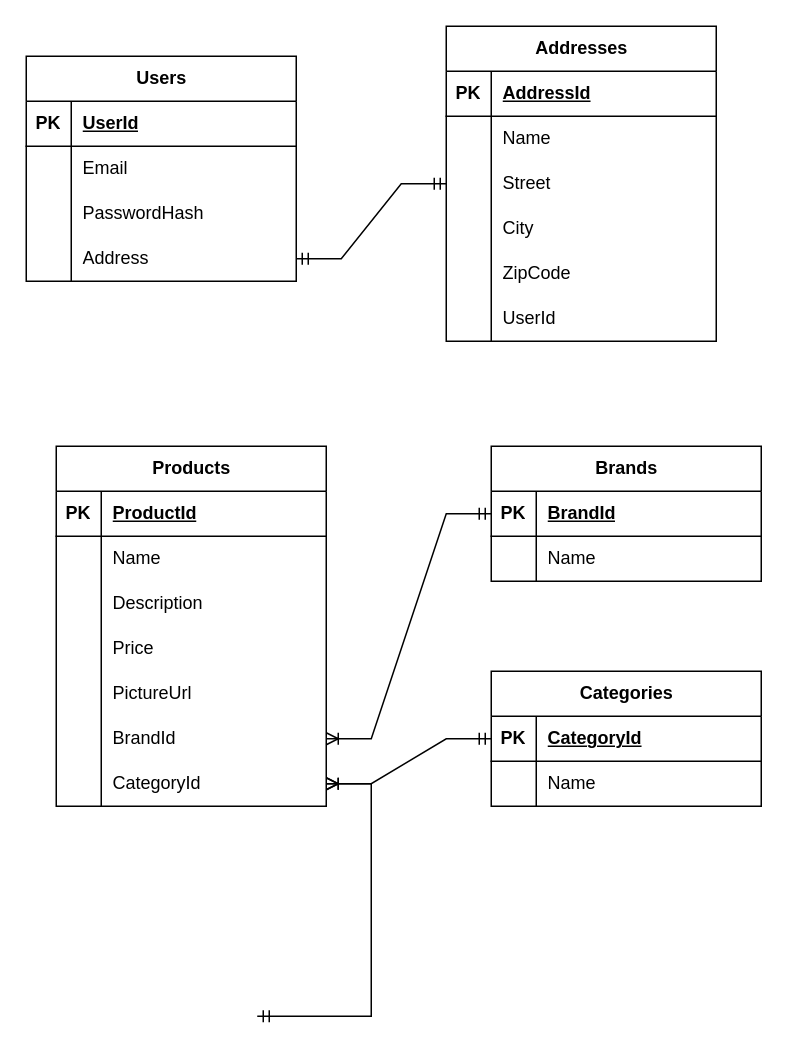
Before: DataBank.drawio in JWL0515/cutenet, a draw.io diagram. Source tidied: cells renumbered, new cells numbered last; positions are measured from the earlier drawing's top-left corner, leaving out a move shared by most shapes. Both pictures are drawn from the tidied source at 150%, with x=0, y=0 at pixel (26, 26).
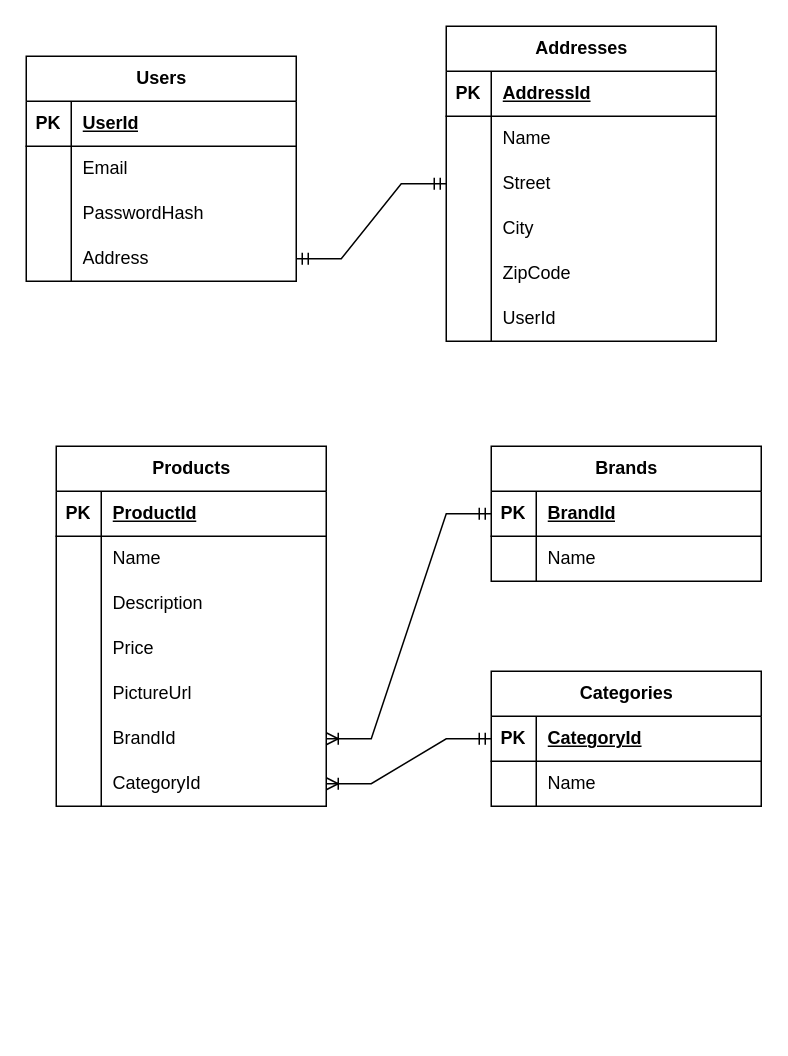
The same page after the edit.

Unchanged cells that the change refers to:
```xml
<mxCell id="54" style="shape=tableRow;horizontal=0;startSize=0;swimlaneHead=0;swimlaneBody=0;fillColor=none;points=[[0,0.5],[1,0.5]];portConstraint=eastwest;top=0;left=0;right=0;bottom=0;" parent="35" vertex="1">
  <mxGeometry y="210" width="180" height="30" as="geometry" />
</mxCell>
```

The edit, as a diff of the source:
```diff
@@
-    <mxCell id="71" style="edgeStyle=entityRelationEdgeStyle;fontSize=12;html=1;endArrow=ERoneToMany;startArrow=ERmandOne;rounded=0;" parent="1" edge="1" target="54">
-      <mxGeometry relative="1" as="geometry">
-        <mxPoint x="154" y="660" as="sourcePoint" />
-      </mxGeometry>
-    </mxCell>
```
